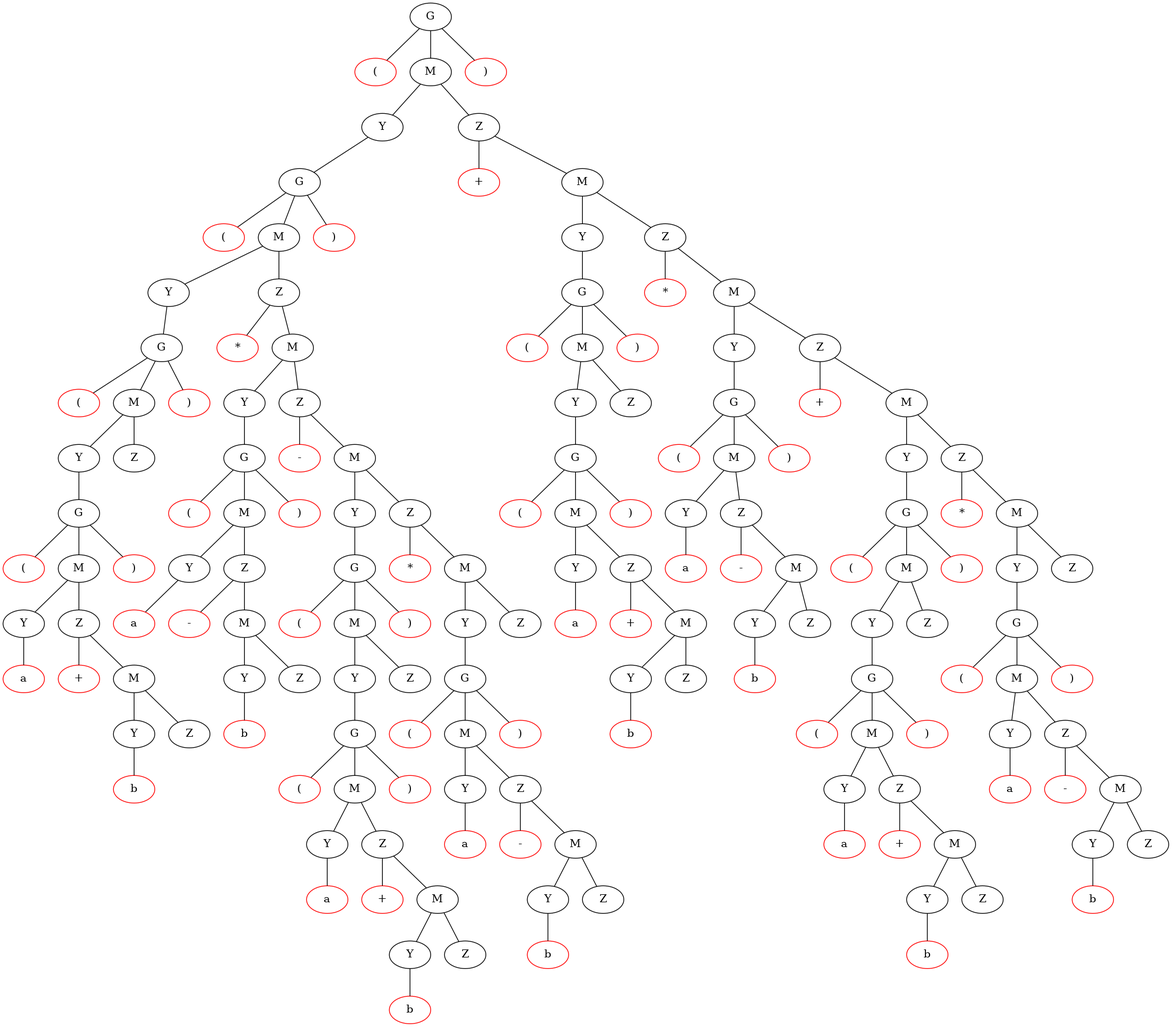
The Graphviz diagram Thema_2/syntaxtree.png in Noveboi/Compiler-Project, before a commit. Its source is kept beside it as Thema_2/syntaxTree.dot. Its diagram source:
```dot
strict graph ST {

	A0 -- b0;
	b0 [label="("];
	b0 [color=red];
	A0 -- C0;
	C0 [label="M"];
	A0 -- d0;
	d0 [label=")"];
	d0 [color=red];
	A0 [label="G"];

	C0 -- E0;
	E0 [label="Y"];
	C0 -- F0;
	F0 [label="Z"];
	C0 [label="M"];

	E0 -- G0;
	G0 [label="G"];
	E0 [label="Y"];

	G0 -- h0;
	h0 [label="("];
	h0 [color=red];
	G0 -- I0;
	I0 [label="M"];
	G0 -- j0;
	j0 [label=")"];
	j0 [color=red];
	G0 [label="G"];

	I0 -- K0;
	K0 [label="Y"];
	I0 -- L0;
	L0 [label="Z"];
	I0 [label="M"];

	K0 -- M0;
	M0 [label="G"];
	K0 [label="Y"];

	M0 -- n0;
	n0 [label="("];
	n0 [color=red];
	M0 -- O0;
	O0 [label="M"];
	M0 -- p0;
	p0 [label=")"];
	p0 [color=red];
	M0 [label="G"];

	O0 -- Q0;
	Q0 [label="Y"];
	O0 -- R0;
	R0 [label="Z"];
	O0 [label="M"];

	Q0 -- S0;
	S0 [label="G"];
	Q0 [label="Y"];

	S0 -- t0;
	t0 [label="("];
	t0 [color=red];
	S0 -- U0;
	U0 [label="M"];
	S0 -- v0;
	v0 [label=")"];
	v0 [color=red];
	S0 [label="G"];

	U0 -- W0;
	W0 [label="Y"];
	U0 -- X0;
	X0 [label="Z"];
	U0 [label="M"];

	W0 -- y0;
	y0 [label="a"];
	y0 [color=red];
	W0 [label="Y"];

	X0 -- z0;
	z0 [label="+"];
	z0 [color=red];
	X0 -- A1;
	A1 [label="M"];
	X0 [label="Z"];

	A1 -- B1;
	B1 [label="Y"];
	A1 -- C1;
	C1 [label="Z"];
	A1 [label="M"];

	B1 -- d1;
	d1 [label="b"];
	d1 [color=red];
	B1 [label="Y"];


	L0 -- e1;
	e1 [label="*"];
	e1 [color=red];
	L0 -- F1;
	F1 [label="M"];
	L0 [label="Z"];

	F1 -- G1;
	G1 [label="Y"];
	F1 -- H1;
	H1 [label="Z"];
	F1 [label="M"];

	G1 -- I1;
	I1 [label="G"];
	G1 [label="Y"];

	I1 -- j1;
	j1 [label="("];
	j1 [color=red];
	I1 -- K1;
	K1 [label="M"];
	I1 -- l1;
	l1 [label=")"];
	l1 [color=red];
	I1 [label="G"];

	K1 -- M1;
	M1 [label="Y"];
	K1 -- N1;
	N1 [label="Z"];
	K1 [label="M"];

	M1 -- o1;
	o1 [label="a"];
	o1 [color=red];
	M1 [label="Y"];

	N1 -- p1;
	p1 [label="-"];
	p1 [color=red];
	N1 -- Q1;
	Q1 [label="M"];
	N1 [label="Z"];

	Q1 -- R1;
	R1 [label="Y"];
	Q1 -- S1;
	S1 [label="Z"];
	Q1 [label="M"];

	R1 -- t1;
	t1 [label="b"];
	t1 [color=red];
	R1 [label="Y"];



	F0 -- u1;
	u1 [label="+"];
	u1 [color=red];
	F0 -- V1;
	V1 [label="M"];
	F0 [label="Z"];

	V1 -- W1;
	W1 [label="Y"];
	V1 -- X1;
	X1 [label="Z"];
	V1 [label="M"];

	W1 -- Y1;
	Y1 [label="G"];
	W1 [label="Y"];

	Y1 -- z1;
	z1 [label="("];
	z1 [color=red];
	Y1 -- A2;
	A2 [label="M"];
	Y1 -- b2;
	b2 [label=")"];
	b2 [color=red];
	Y1 [label="G"];

	A2 -- C2;
	C2 [label="Y"];
	A2 -- D2;
	D2 [label="Z"];
	A2 [label="M"];

	C2 -- E2;
	E2 [label="G"];
	C2 [label="Y"];

	E2 -- f2;
	f2 [label="("];
	f2 [color=red];
	E2 -- G2;
	G2 [label="M"];
	E2 -- h2;
	h2 [label=")"];
	h2 [color=red];
	E2 [label="G"];

	G2 -- I2;
	I2 [label="Y"];
	G2 -- J2;
	J2 [label="Z"];
	G2 [label="M"];

	I2 -- k2;
	k2 [label="a"];
	k2 [color=red];
	I2 [label="Y"];

	J2 -- l2;
	l2 [label="+"];
	l2 [color=red];
	J2 -- M2;
	M2 [label="M"];
	J2 [label="Z"];

	M2 -- N2;
	N2 [label="Y"];
	M2 -- O2;
	O2 [label="Z"];
	M2 [label="M"];

	N2 -- p2;
	p2 [label="b"];
	p2 [color=red];
	N2 [label="Y"];


	X1 -- q2;
	q2 [label="*"];
	q2 [color=red];
	X1 -- R2;
	R2 [label="M"];
	X1 [label="Z"];

	R2 -- S2;
	S2 [label="Y"];
	R2 -- T2;
	T2 [label="Z"];
	R2 [label="M"];

	S2 -- U2;
	U2 [label="G"];
	S2 [label="Y"];

	U2 -- v2;
	v2 [label="("];
	v2 [color=red];
	U2 -- W2;
	W2 [label="M"];
	U2 -- x2;
	x2 [label=")"];
	x2 [color=red];
	U2 [label="G"];

	W2 -- Y2;
	Y2 [label="Y"];
	W2 -- Z2;
	Z2 [label="Z"];
	W2 [label="M"];

	Y2 -- a3;
	a3 [label="a"];
	a3 [color=red];
	Y2 [label="Y"];

	Z2 -- b3;
	b3 [label="-"];
	b3 [color=red];
	Z2 -- C3;
	C3 [label="M"];
	Z2 [label="Z"];

	C3 -- D3;
	D3 [label="Y"];
	C3 -- E3;
	E3 [label="Z"];
	C3 [label="M"];

	D3 -- f3;
	f3 [label="b"];
	f3 [color=red];
	D3 [label="Y"];



	H1 -- g3;
	g3 [label="-"];
	g3 [color=red];
	H1 -- H3;
	H3 [label="M"];
	H1 [label="Z"];

	H3 -- I3;
	I3 [label="Y"];
	H3 -- J3;
	J3 [label="Z"];
	H3 [label="M"];

	I3 -- K3;
	K3 [label="G"];
	I3 [label="Y"];

	K3 -- l3;
	l3 [label="("];
	l3 [color=red];
	K3 -- M3;
	M3 [label="M"];
	K3 -- n3;
	n3 [label=")"];
	n3 [color=red];
	K3 [label="G"];

	M3 -- O3;
	O3 [label="Y"];
	M3 -- P3;
	P3 [label="Z"];
	M3 [label="M"];

	O3 -- Q3;
	Q3 [label="G"];
	O3 [label="Y"];

	Q3 -- r3;
	r3 [label="("];
	r3 [color=red];
	Q3 -- S3;
	S3 [label="M"];
	Q3 -- t3;
	t3 [label=")"];
	t3 [color=red];
	Q3 [label="G"];

	S3 -- U3;
	U3 [label="Y"];
	S3 -- V3;
	V3 [label="Z"];
	S3 [label="M"];

	U3 -- w3;
	w3 [label="a"];
	w3 [color=red];
	U3 [label="Y"];

	V3 -- x3;
	x3 [label="+"];
	x3 [color=red];
	V3 -- Y3;
	Y3 [label="M"];
	V3 [label="Z"];

	Y3 -- Z3;
	Z3 [label="Y"];
	Y3 -- A4;
	A4 [label="Z"];
	Y3 [label="M"];

	Z3 -- b4;
	b4 [label="b"];
	b4 [color=red];
	Z3 [label="Y"];


	J3 -- c4;
	c4 [label="*"];
	c4 [color=red];
	J3 -- D4;
	D4 [label="M"];
	J3 [label="Z"];

	D4 -- E4;
	E4 [label="Y"];
	D4 -- F4;
	F4 [label="Z"];
	D4 [label="M"];

	E4 -- G4;
	G4 [label="G"];
	E4 [label="Y"];

	G4 -- h4;
	h4 [label="("];
	h4 [color=red];
	G4 -- I4;
	I4 [label="M"];
	G4 -- j4;
	j4 [label=")"];
	j4 [color=red];
	G4 [label="G"];

	I4 -- K4;
	K4 [label="Y"];
	I4 -- L4;
	L4 [label="Z"];
	I4 [label="M"];

	K4 -- m4;
	m4 [label="a"];
	m4 [color=red];
	K4 [label="Y"];

	L4 -- n4;
	n4 [label="-"];
	n4 [color=red];
	L4 -- O4;
	O4 [label="M"];
	L4 [label="Z"];

	O4 -- P4;
	P4 [label="Y"];
	O4 -- Q4;
	Q4 [label="Z"];
	O4 [label="M"];

	P4 -- r4;
	r4 [label="b"];
	r4 [color=red];
	P4 [label="Y"];



	T2 -- s4;
	s4 [label="+"];
	s4 [color=red];
	T2 -- T4;
	T4 [label="M"];
	T2 [label="Z"];

	T4 -- U4;
	U4 [label="Y"];
	T4 -- V4;
	V4 [label="Z"];
	T4 [label="M"];

	U4 -- W4;
	W4 [label="G"];
	U4 [label="Y"];

	W4 -- x4;
	x4 [label="("];
	x4 [color=red];
	W4 -- Y4;
	Y4 [label="M"];
	W4 -- z4;
	z4 [label=")"];
	z4 [color=red];
	W4 [label="G"];

	Y4 -- A5;
	A5 [label="Y"];
	Y4 -- B5;
	B5 [label="Z"];
	Y4 [label="M"];

	A5 -- C5;
	C5 [label="G"];
	A5 [label="Y"];

	C5 -- d5;
	d5 [label="("];
	d5 [color=red];
	C5 -- E5;
	E5 [label="M"];
	C5 -- f5;
	f5 [label=")"];
	f5 [color=red];
	C5 [label="G"];

	E5 -- G5;
	G5 [label="Y"];
	E5 -- H5;
	H5 [label="Z"];
	E5 [label="M"];

	G5 -- i5;
	i5 [label="a"];
	i5 [color=red];
	G5 [label="Y"];

	H5 -- j5;
	j5 [label="+"];
	j5 [color=red];
	H5 -- K5;
	K5 [label="M"];
	H5 [label="Z"];

	K5 -- L5;
	L5 [label="Y"];
	K5 -- M5;
	M5 [label="Z"];
	K5 [label="M"];

	L5 -- n5;
	n5 [label="b"];
	n5 [color=red];
	L5 [label="Y"];


	V4 -- o5;
	o5 [label="*"];
	o5 [color=red];
	V4 -- P5;
	P5 [label="M"];
	V4 [label="Z"];

	P5 -- Q5;
	Q5 [label="Y"];
	P5 -- R5;
	R5 [label="Z"];
	P5 [label="M"];

	Q5 -- S5;
	S5 [label="G"];
	Q5 [label="Y"];

	S5 -- t5;
	t5 [label="("];
	t5 [color=red];
	S5 -- U5;
	U5 [label="M"];
	S5 -- v5;
	v5 [label=")"];
	v5 [color=red];
	S5 [label="G"];

	U5 -- W5;
	W5 [label="Y"];
	U5 -- X5;
	X5 [label="Z"];
	U5 [label="M"];

	W5 -- y5;
	y5 [label="a"];
	y5 [color=red];
	W5 [label="Y"];

	X5 -- z5;
	z5 [label="-"];
	z5 [color=red];
	X5 -- A6;
	A6 [label="M"];
	X5 [label="Z"];

	A6 -- B6;
	B6 [label="Y"];
	A6 -- C6;
	C6 [label="Z"];
	A6 [label="M"];

	B6 -- d6;
	d6 [label="b"];
	d6 [color=red];
	B6 [label="Y"];




}
```
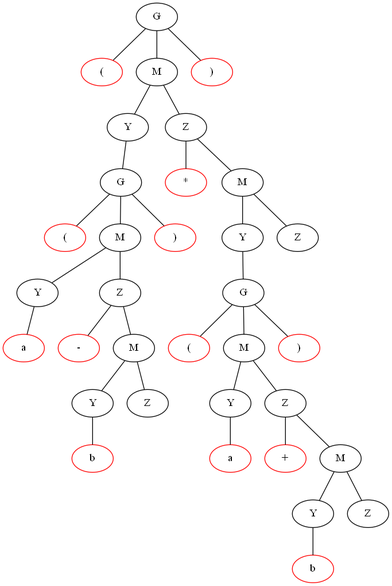
The same file after the commit.

Change to the diagram source:
```diff
@@ -36,532 +36,85 @@
 	L0 [label="Z"];
 	I0 [label="M"];
 
-	K0 -- M0;
-	M0 [label="G"];
+	K0 -- m0;
+	m0 [label="a"];
+	m0 [color=red];
 	K0 [label="Y"];
 
-	M0 -- n0;
-	n0 [label="("];
+	L0 -- n0;
+	n0 [label="-"];
 	n0 [color=red];
-	M0 -- O0;
+	L0 -- O0;
 	O0 [label="M"];
-	M0 -- p0;
-	p0 [label=")"];
-	p0 [color=red];
-	M0 [label="G"];
+	L0 [label="Z"];
 
+	O0 -- P0;
+	P0 [label="Y"];
 	O0 -- Q0;
-	Q0 [label="Y"];
-	O0 -- R0;
-	R0 [label="Z"];
+	Q0 [label="Z"];
 	O0 [label="M"];
 
-	Q0 -- S0;
-	S0 [label="G"];
-	Q0 [label="Y"];
+	P0 -- r0;
+	r0 [label="b"];
+	r0 [color=red];
+	P0 [label="Y"];
 
-	S0 -- t0;
-	t0 [label="("];
-	t0 [color=red];
-	S0 -- U0;
-	U0 [label="M"];
-	S0 -- v0;
-	v0 [label=")"];
-	v0 [color=red];
-	S0 [label="G"];
+
+	F0 -- s0;
+	s0 [label="*"];
+	s0 [color=red];
+	F0 -- T0;
+	T0 [label="M"];
+	F0 [label="Z"];
+
+	T0 -- U0;
+	U0 [label="Y"];
+	T0 -- V0;
+	V0 [label="Z"];
+	T0 [label="M"];
 
 	U0 -- W0;
-	W0 [label="Y"];
-	U0 -- X0;
-	X0 [label="Z"];
-	U0 [label="M"];
+	W0 [label="G"];
+	U0 [label="Y"];
 
-	W0 -- y0;
-	y0 [label="a"];
-	y0 [color=red];
-	W0 [label="Y"];
+	W0 -- x0;
+	x0 [label="("];
+	x0 [color=red];
+	W0 -- Y0;
+	Y0 [label="M"];
+	W0 -- z0;
+	z0 [label=")"];
+	z0 [color=red];
+	W0 [label="G"];
 
-	X0 -- z0;
-	z0 [label="+"];
-	z0 [color=red];
-	X0 -- A1;
-	A1 [label="M"];
-	X0 [label="Z"];
+	Y0 -- A1;
+	A1 [label="Y"];
+	Y0 -- B1;
+	B1 [label="Z"];
+	Y0 [label="M"];
 
-	A1 -- B1;
-	B1 [label="Y"];
-	A1 -- C1;
-	C1 [label="Z"];
-	A1 [label="M"];
+	A1 -- c1;
+	c1 [label="a"];
+	c1 [color=red];
+	A1 [label="Y"];
 
 	B1 -- d1;
-	d1 [label="b"];
+	d1 [label="+"];
 	d1 [color=red];
-	B1 [label="Y"];
+	B1 -- E1;
+	E1 [label="M"];
+	B1 [label="Z"];
 
+	E1 -- F1;
+	F1 [label="Y"];
+	E1 -- G1;
+	G1 [label="Z"];
+	E1 [label="M"];
 
-	L0 -- e1;
-	e1 [label="*"];
-	e1 [color=red];
-	L0 -- F1;
-	F1 [label="M"];
-	L0 [label="Z"];
-
-	F1 -- G1;
-	G1 [label="Y"];
-	F1 -- H1;
-	H1 [label="Z"];
-	F1 [label="M"];
-
-	G1 -- I1;
-	I1 [label="G"];
-	G1 [label="Y"];
-
-	I1 -- j1;
-	j1 [label="("];
-	j1 [color=red];
-	I1 -- K1;
-	K1 [label="M"];
-	I1 -- l1;
-	l1 [label=")"];
-	l1 [color=red];
-	I1 [label="G"];
-
-	K1 -- M1;
-	M1 [label="Y"];
-	K1 -- N1;
-	N1 [label="Z"];
-	K1 [label="M"];
-
-	M1 -- o1;
-	o1 [label="a"];
-	o1 [color=red];
-	M1 [label="Y"];
-
-	N1 -- p1;
-	p1 [label="-"];
-	p1 [color=red];
-	N1 -- Q1;
-	Q1 [label="M"];
-	N1 [label="Z"];
-
-	Q1 -- R1;
-	R1 [label="Y"];
-	Q1 -- S1;
-	S1 [label="Z"];
-	Q1 [label="M"];
-
-	R1 -- t1;
-	t1 [label="b"];
-	t1 [color=red];
-	R1 [label="Y"];
-
-
-
-	F0 -- u1;
-	u1 [label="+"];
-	u1 [color=red];
-	F0 -- V1;
-	V1 [label="M"];
-	F0 [label="Z"];
-
-	V1 -- W1;
-	W1 [label="Y"];
-	V1 -- X1;
-	X1 [label="Z"];
-	V1 [label="M"];
-
-	W1 -- Y1;
-	Y1 [label="G"];
-	W1 [label="Y"];
-
-	Y1 -- z1;
-	z1 [label="("];
-	z1 [color=red];
-	Y1 -- A2;
-	A2 [label="M"];
-	Y1 -- b2;
-	b2 [label=")"];
-	b2 [color=red];
-	Y1 [label="G"];
-
-	A2 -- C2;
-	C2 [label="Y"];
-	A2 -- D2;
-	D2 [label="Z"];
-	A2 [label="M"];
-
-	C2 -- E2;
-	E2 [label="G"];
-	C2 [label="Y"];
-
-	E2 -- f2;
-	f2 [label="("];
-	f2 [color=red];
-	E2 -- G2;
-	G2 [label="M"];
-	E2 -- h2;
-	h2 [label=")"];
-	h2 [color=red];
-	E2 [label="G"];
-
-	G2 -- I2;
-	I2 [label="Y"];
-	G2 -- J2;
-	J2 [label="Z"];
-	G2 [label="M"];
-
-	I2 -- k2;
-	k2 [label="a"];
-	k2 [color=red];
-	I2 [label="Y"];
-
-	J2 -- l2;
-	l2 [label="+"];
-	l2 [color=red];
-	J2 -- M2;
-	M2 [label="M"];
-	J2 [label="Z"];
-
-	M2 -- N2;
-	N2 [label="Y"];
-	M2 -- O2;
-	O2 [label="Z"];
-	M2 [label="M"];
-
-	N2 -- p2;
-	p2 [label="b"];
-	p2 [color=red];
-	N2 [label="Y"];
-
-
-	X1 -- q2;
-	q2 [label="*"];
-	q2 [color=red];
-	X1 -- R2;
-	R2 [label="M"];
-	X1 [label="Z"];
-
-	R2 -- S2;
-	S2 [label="Y"];
-	R2 -- T2;
-	T2 [label="Z"];
-	R2 [label="M"];
-
-	S2 -- U2;
-	U2 [label="G"];
-	S2 [label="Y"];
-
-	U2 -- v2;
-	v2 [label="("];
-	v2 [color=red];
-	U2 -- W2;
-	W2 [label="M"];
-	U2 -- x2;
-	x2 [label=")"];
-	x2 [color=red];
-	U2 [label="G"];
-
-	W2 -- Y2;
-	Y2 [label="Y"];
-	W2 -- Z2;
-	Z2 [label="Z"];
-	W2 [label="M"];
-
-	Y2 -- a3;
-	a3 [label="a"];
-	a3 [color=red];
-	Y2 [label="Y"];
-
-	Z2 -- b3;
-	b3 [label="-"];
-	b3 [color=red];
-	Z2 -- C3;
-	C3 [label="M"];
-	Z2 [label="Z"];
-
-	C3 -- D3;
-	D3 [label="Y"];
-	C3 -- E3;
-	E3 [label="Z"];
-	C3 [label="M"];
-
-	D3 -- f3;
-	f3 [label="b"];
-	f3 [color=red];
-	D3 [label="Y"];
-
-
-
-	H1 -- g3;
-	g3 [label="-"];
-	g3 [color=red];
-	H1 -- H3;
-	H3 [label="M"];
-	H1 [label="Z"];
-
-	H3 -- I3;
-	I3 [label="Y"];
-	H3 -- J3;
-	J3 [label="Z"];
-	H3 [label="M"];
-
-	I3 -- K3;
-	K3 [label="G"];
-	I3 [label="Y"];
-
-	K3 -- l3;
-	l3 [label="("];
-	l3 [color=red];
-	K3 -- M3;
-	M3 [label="M"];
-	K3 -- n3;
-	n3 [label=")"];
-	n3 [color=red];
-	K3 [label="G"];
-
-	M3 -- O3;
-	O3 [label="Y"];
-	M3 -- P3;
-	P3 [label="Z"];
-	M3 [label="M"];
-
-	O3 -- Q3;
-	Q3 [label="G"];
-	O3 [label="Y"];
-
-	Q3 -- r3;
-	r3 [label="("];
-	r3 [color=red];
-	Q3 -- S3;
-	S3 [label="M"];
-	Q3 -- t3;
-	t3 [label=")"];
-	t3 [color=red];
-	Q3 [label="G"];
-
-	S3 -- U3;
-	U3 [label="Y"];
-	S3 -- V3;
-	V3 [label="Z"];
-	S3 [label="M"];
-
-	U3 -- w3;
-	w3 [label="a"];
-	w3 [color=red];
-	U3 [label="Y"];
-
-	V3 -- x3;
-	x3 [label="+"];
-	x3 [color=red];
-	V3 -- Y3;
-	Y3 [label="M"];
-	V3 [label="Z"];
-
-	Y3 -- Z3;
-	Z3 [label="Y"];
-	Y3 -- A4;
-	A4 [label="Z"];
-	Y3 [label="M"];
-
-	Z3 -- b4;
-	b4 [label="b"];
-	b4 [color=red];
-	Z3 [label="Y"];
-
-
-	J3 -- c4;
-	c4 [label="*"];
-	c4 [color=red];
-	J3 -- D4;
-	D4 [label="M"];
-	J3 [label="Z"];
-
-	D4 -- E4;
-	E4 [label="Y"];
-	D4 -- F4;
-	F4 [label="Z"];
-	D4 [label="M"];
-
-	E4 -- G4;
-	G4 [label="G"];
-	E4 [label="Y"];
-
-	G4 -- h4;
-	h4 [label="("];
-	h4 [color=red];
-	G4 -- I4;
-	I4 [label="M"];
-	G4 -- j4;
-	j4 [label=")"];
-	j4 [color=red];
-	G4 [label="G"];
-
-	I4 -- K4;
-	K4 [label="Y"];
-	I4 -- L4;
-	L4 [label="Z"];
-	I4 [label="M"];
-
-	K4 -- m4;
-	m4 [label="a"];
-	m4 [color=red];
-	K4 [label="Y"];
-
-	L4 -- n4;
-	n4 [label="-"];
-	n4 [color=red];
-	L4 -- O4;
-	O4 [label="M"];
-	L4 [label="Z"];
-
-	O4 -- P4;
-	P4 [label="Y"];
-	O4 -- Q4;
-	Q4 [label="Z"];
-	O4 [label="M"];
-
-	P4 -- r4;
-	r4 [label="b"];
-	r4 [color=red];
-	P4 [label="Y"];
-
-
-
-	T2 -- s4;
-	s4 [label="+"];
-	s4 [color=red];
-	T2 -- T4;
-	T4 [label="M"];
-	T2 [label="Z"];
-
-	T4 -- U4;
-	U4 [label="Y"];
-	T4 -- V4;
-	V4 [label="Z"];
-	T4 [label="M"];
-
-	U4 -- W4;
-	W4 [label="G"];
-	U4 [label="Y"];
-
-	W4 -- x4;
-	x4 [label="("];
-	x4 [color=red];
-	W4 -- Y4;
-	Y4 [label="M"];
-	W4 -- z4;
-	z4 [label=")"];
-	z4 [color=red];
-	W4 [label="G"];
-
-	Y4 -- A5;
-	A5 [label="Y"];
-	Y4 -- B5;
-	B5 [label="Z"];
-	Y4 [label="M"];
-
-	A5 -- C5;
-	C5 [label="G"];
-	A5 [label="Y"];
-
-	C5 -- d5;
-	d5 [label="("];
-	d5 [color=red];
-	C5 -- E5;
-	E5 [label="M"];
-	C5 -- f5;
-	f5 [label=")"];
-	f5 [color=red];
-	C5 [label="G"];
-
-	E5 -- G5;
-	G5 [label="Y"];
-	E5 -- H5;
-	H5 [label="Z"];
-	E5 [label="M"];
-
-	G5 -- i5;
-	i5 [label="a"];
-	i5 [color=red];
-	G5 [label="Y"];
-
-	H5 -- j5;
-	j5 [label="+"];
-	j5 [color=red];
-	H5 -- K5;
-	K5 [label="M"];
-	H5 [label="Z"];
-
-	K5 -- L5;
-	L5 [label="Y"];
-	K5 -- M5;
-	M5 [label="Z"];
-	K5 [label="M"];
-
-	L5 -- n5;
-	n5 [label="b"];
-	n5 [color=red];
-	L5 [label="Y"];
-
-
-	V4 -- o5;
-	o5 [label="*"];
-	o5 [color=red];
-	V4 -- P5;
-	P5 [label="M"];
-	V4 [label="Z"];
-
-	P5 -- Q5;
-	Q5 [label="Y"];
-	P5 -- R5;
-	R5 [label="Z"];
-	P5 [label="M"];
-
-	Q5 -- S5;
-	S5 [label="G"];
-	Q5 [label="Y"];
-
-	S5 -- t5;
-	t5 [label="("];
-	t5 [color=red];
-	S5 -- U5;
-	U5 [label="M"];
-	S5 -- v5;
-	v5 [label=")"];
-	v5 [color=red];
-	S5 [label="G"];
-
-	U5 -- W5;
-	W5 [label="Y"];
-	U5 -- X5;
-	X5 [label="Z"];
-	U5 [label="M"];
-
-	W5 -- y5;
-	y5 [label="a"];
-	y5 [color=red];
-	W5 [label="Y"];
-
-	X5 -- z5;
-	z5 [label="-"];
-	z5 [color=red];
-	X5 -- A6;
-	A6 [label="M"];
-	X5 [label="Z"];
-
-	A6 -- B6;
-	B6 [label="Y"];
-	A6 -- C6;
-	C6 [label="Z"];
-	A6 [label="M"];
-
-	B6 -- d6;
-	d6 [label="b"];
-	d6 [color=red];
-	B6 [label="Y"];
-
-
+	F1 -- h1;
+	h1 [label="b"];
+	h1 [color=red];
+	F1 [label="Y"];
 
 
 }
```
